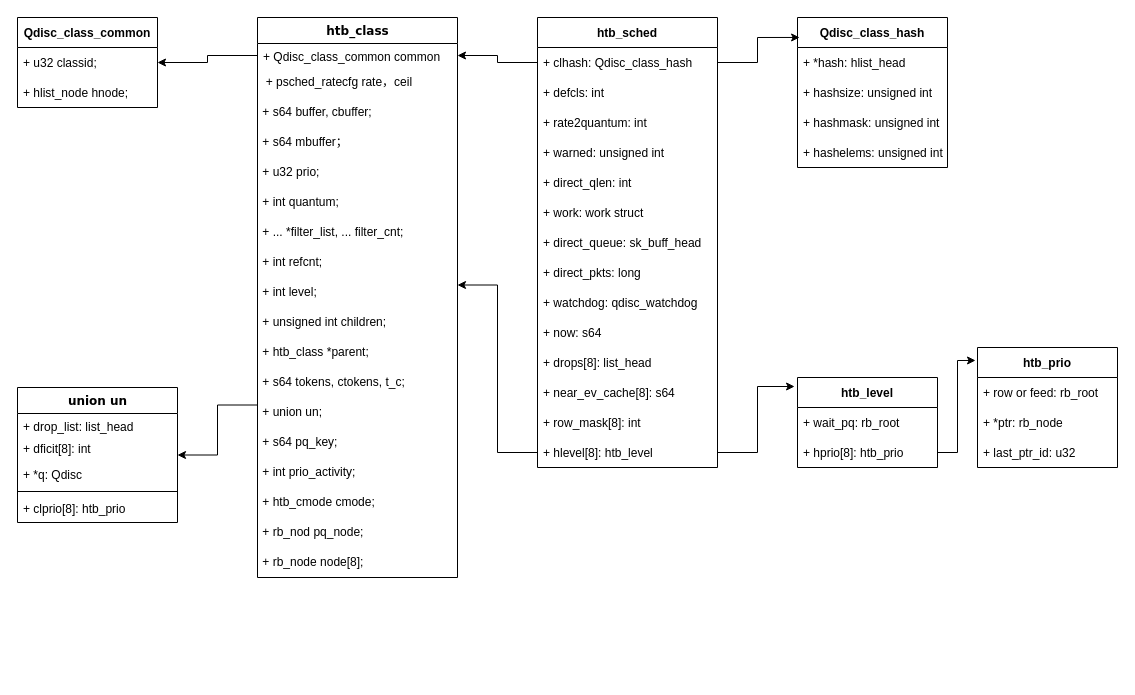
chenjianjian/C- keeps this draw.io diagram as 流控.drawio. Above is the earlier version. Source tidied: cells renumbered, new cells numbered last; positions are measured from the earlier drawing's top-left corner, leaving out a move shared by most shapes. Both pictures are drawn from the tidied source at 100%, with x=0, y=0 at pixel (17, 17).
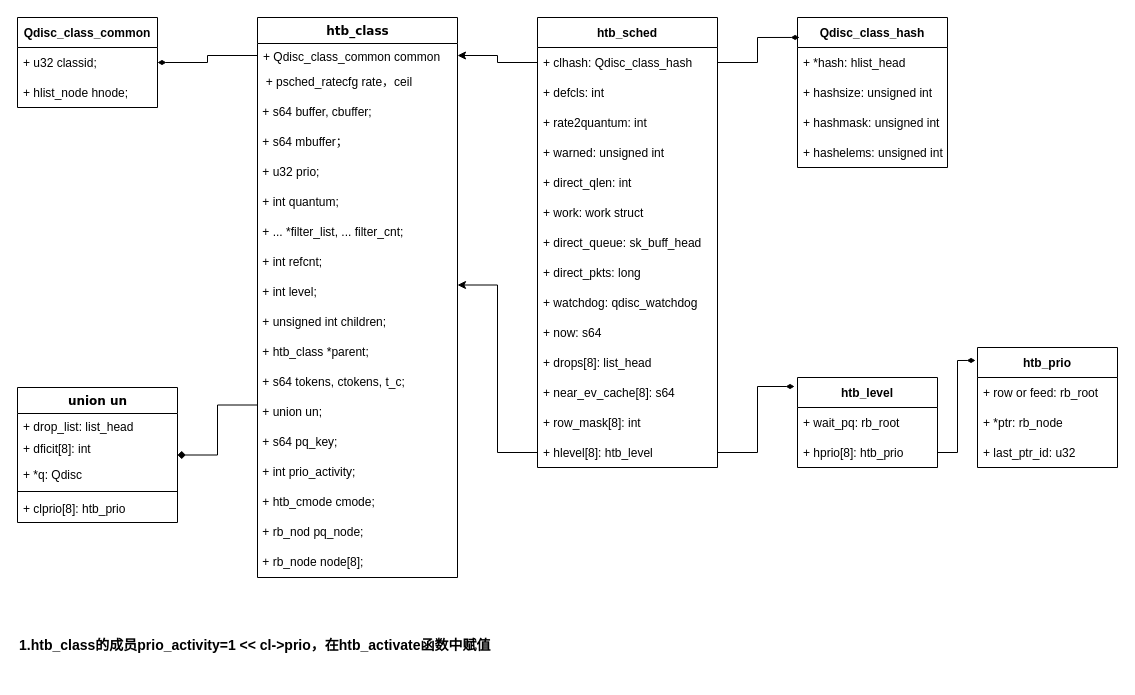
The same diagram, later.

Unchanged cells that the change refers to:
```xml
<mxCell id="3" value="+ Qdisc_class_common common" style="text;html=1;strokeColor=none;fillColor=none;align=left;verticalAlign=top;spacingLeft=4;spacingRight=4;whiteSpace=wrap;overflow=hidden;points=[[0,0.5],[1,0.5]];portConstraint=eastwest;" parent="2" vertex="1">
  <mxGeometry y="26" width="200" height="24" as="geometry" />
</mxCell>
<mxCell id="15" value="&amp;nbsp;+ union un;" style="text;html=1;strokeColor=none;fillColor=none;align=left;verticalAlign=middle;whiteSpace=wrap;rounded=0;" parent="2" vertex="1">
  <mxGeometry y="380" width="200" height="30" as="geometry" />
</mxCell>
<mxCell id="22" value="+ u32   classid;" style="text;strokeColor=none;fillColor=none;align=left;verticalAlign=middle;spacingLeft=4;spacingRight=4;overflow=hidden;points=[[0,0.5],[1,0.5]];portConstraint=eastwest;" parent="21" vertex="1">
  <mxGeometry y="30" width="140" height="30" as="geometry" />
</mxCell>
<mxCell id="24" value="union un" style="swimlane;html=1;fontStyle=1;align=center;verticalAlign=top;horizontal=1;startSize=26;swimlaneFillColor=#ffffff;rounded=0;shadow=0;comic=0;labelBackgroundColor=none;strokeWidth=1;fillColor=none;fontFamily=Verdana;fontSize=12;" parent="1" vertex="1">
  <mxGeometry y="370" width="160" height="135" as="geometry" />
</mxCell>
<mxCell id="30" value="htb_level" style="swimlane;fontStyle=1;horizontal=1;startSize=30;" parent="1" vertex="1">
  <mxGeometry x="780" y="360" width="140" height="90" as="geometry" />
</mxCell>
<mxCell id="32" value="+ hprio[8]: htb_prio" style="text;strokeColor=none;fillColor=none;align=left;verticalAlign=middle;spacingLeft=4;spacingRight=4;overflow=hidden;points=[[0,0.5],[1,0.5]];portConstraint=eastwest;" parent="30" vertex="1">
  <mxGeometry y="60" width="140" height="30" as="geometry" />
</mxCell>
<mxCell id="33" value="htb_prio" style="swimlane;fontStyle=1;horizontal=1;startSize=30;" parent="1" vertex="1">
  <mxGeometry x="960" y="330" width="140" height="120" as="geometry" />
</mxCell>
<mxCell id="39" value="+ clhash: Qdisc_class_hash" style="text;strokeColor=none;fillColor=none;align=left;verticalAlign=middle;spacingLeft=4;spacingRight=4;overflow=hidden;points=[[0,0.5],[1,0.5]];portConstraint=eastwest;" parent="38" vertex="1">
  <mxGeometry y="30" width="180" height="30" as="geometry" />
</mxCell>
<mxCell id="52" value="+ hlevel[8]: htb_level" style="text;strokeColor=none;fillColor=none;align=left;verticalAlign=middle;spacingLeft=4;spacingRight=4;overflow=hidden;points=[[0,0.5],[1,0.5]];portConstraint=eastwest;" parent="38" vertex="1">
  <mxGeometry y="420" width="180" height="30" as="geometry" />
</mxCell>
<mxCell id="54" value="Qdisc_class_hash" style="swimlane;fontStyle=1;horizontal=1;startSize=30;" parent="1" vertex="1">
  <mxGeometry x="780" width="150" height="150" as="geometry" />
</mxCell>
```

Change to the diagram source:
```diff
@@
-    <mxCell id="37" style="edgeStyle=orthogonalEdgeStyle;rounded=0;jettySize=auto;html=1;exitX=1;exitY=0.5;exitDx=0;exitDy=0;entryX=-0.014;entryY=0.108;entryDx=0;entryDy=0;entryPerimeter=0;" parent="1" edge="1" source="32" target="33">
+    <mxCell id="37" style="edgeStyle=orthogonalEdgeStyle;rounded=0;jettySize=auto;html=1;exitX=1;exitY=0.5;exitDx=0;exitDy=0;entryX=-0.014;entryY=0.108;entryDx=0;entryDy=0;entryPerimeter=0;endArrow=diamondThin;endFill=1;" parent="1" edge="1" source="32" target="33">
       <mxGeometry relative="1" as="geometry" />
     </mxCell>
@@
-    <mxCell id="53" style="edgeStyle=orthogonalEdgeStyle;rounded=0;jettySize=auto;html=1;exitX=1;exitY=0.5;exitDx=0;exitDy=0;entryX=-0.021;entryY=0.1;entryDx=0;entryDy=0;entryPerimeter=0;" parent="1" edge="1" source="52" target="30">
+    <mxCell id="53" style="edgeStyle=orthogonalEdgeStyle;rounded=0;jettySize=auto;html=1;exitX=1;exitY=0.5;exitDx=0;exitDy=0;entryX=-0.021;entryY=0.1;entryDx=0;entryDy=0;entryPerimeter=0;endArrow=diamondThin;endFill=1;" parent="1" edge="1" source="52" target="30">
       <mxGeometry relative="1" as="geometry" />
     </mxCell>
@@
-    <mxCell id="59" style="edgeStyle=orthogonalEdgeStyle;rounded=0;jettySize=auto;html=1;exitX=1;exitY=0.5;exitDx=0;exitDy=0;entryX=0.014;entryY=0.133;entryDx=0;entryDy=0;entryPerimeter=0;" parent="1" edge="1" source="39" target="54">
+    <mxCell id="59" style="edgeStyle=orthogonalEdgeStyle;rounded=0;jettySize=auto;html=1;exitX=1;exitY=0.5;exitDx=0;exitDy=0;entryX=0.014;entryY=0.133;entryDx=0;entryDy=0;entryPerimeter=0;endArrow=diamondThin;endFill=1;" parent="1" edge="1" source="39" target="54">
       <mxGeometry relative="1" as="geometry" />
     </mxCell>
-    <mxCell id="60" style="edgeStyle=orthogonalEdgeStyle;rounded=0;jettySize=auto;html=1;exitX=0;exitY=0.25;exitDx=0;exitDy=0;" parent="1" edge="1" source="15" target="24">
+    <mxCell id="60" style="edgeStyle=orthogonalEdgeStyle;rounded=0;jettySize=auto;html=1;exitX=0;exitY=0.25;exitDx=0;exitDy=0;endArrow=diamond;endFill=1;" parent="1" edge="1" source="15" target="24">
       <mxGeometry relative="1" as="geometry" />
     </mxCell>
-    <mxCell id="61" style="edgeStyle=orthogonalEdgeStyle;rounded=0;jettySize=auto;html=1;exitX=0;exitY=0.5;exitDx=0;exitDy=0;" parent="1" edge="1" source="3" target="22">
+    <mxCell id="61" style="edgeStyle=orthogonalEdgeStyle;rounded=0;jettySize=auto;html=1;exitX=0;exitY=0.5;exitDx=0;exitDy=0;endArrow=diamondThin;endFill=1;" parent="1" edge="1" source="3" target="22">
       <mxGeometry relative="1" as="geometry" />
     </mxCell>
@@
+    <mxCell id="64" value="&lt;font style=&quot;font-size: 14px&quot;&gt;1.htb_class的成员prio_activity=1 &amp;lt;&amp;lt; cl-&amp;gt;prio，在htb_activate函数中赋值&lt;/font&gt;" style="text;strokeColor=none;fillColor=none;html=1;fontSize=24;fontStyle=1;verticalAlign=middle;align=left;" parent="1" vertex="1">
+      <mxGeometry y="590" width="1100" height="70" as="geometry" />
+    </mxCell>
```
